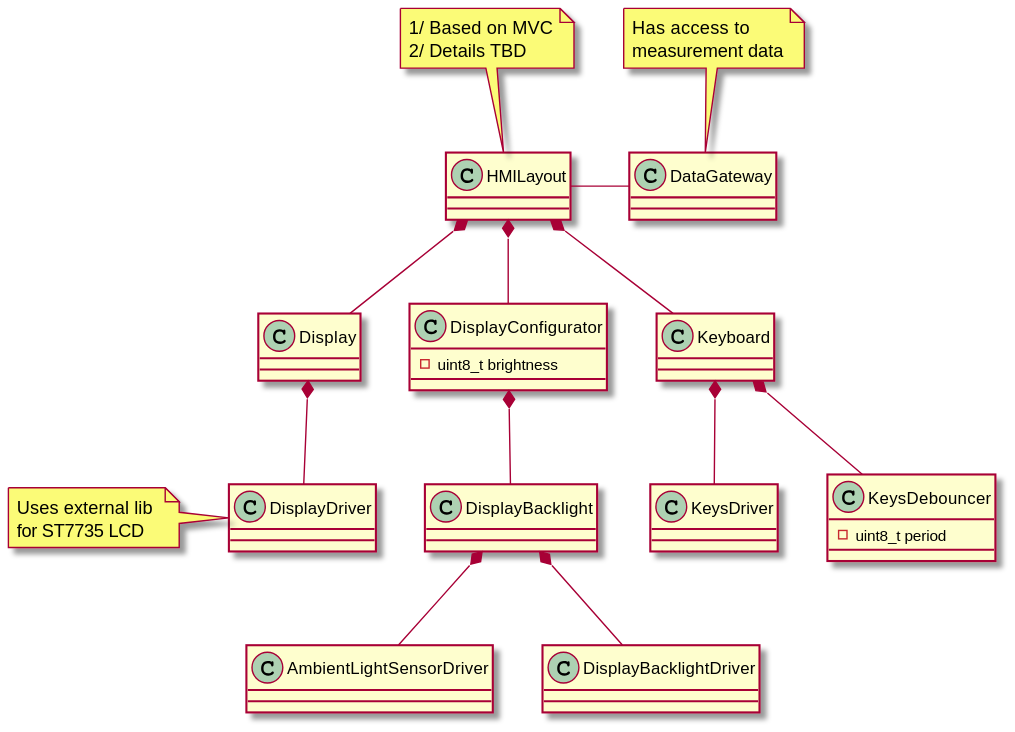
Before: Documentation/Diagrams/Export/Documentation/Diagrams/Source/NUCLEO-F103RB/HMI_Class_Diagram.svg, a diagram exported from PlantUML (RobertGawron/HardwareDataLogger). The source it was exported from:
```plantuml
@startuml

class Display

class DisplayConfigurator {
    - uint8_t brightness
}

class DisplayBacklight
class AmbientLightSensorDriver
class DisplayBacklightDriver

note left of DisplayDriver
Uses external lib
for ST7735 LCD
end note
class DisplayDriver



class Keyboard
class KeysDriver
class KeysDebouncer {
    -uint8_t period
}

note top of HMILayout
1/ Based on MVC
2/ Details TBD
end note
class HMILayout

note top of DataGateway
Has access to
measurement data
end note
class DataGateway


Display *-- DisplayDriver
DisplayConfigurator *-- DisplayBacklight
DisplayBacklight *-- AmbientLightSensorDriver
DisplayBacklight *-- DisplayBacklightDriver

Keyboard *-- KeysDriver
Keyboard *-- KeysDebouncer

HMILayout *-- DisplayConfigurator
HMILayout *-- Display
HMILayout *-- Keyboard
HMILayout - DataGateway


@enduml
```
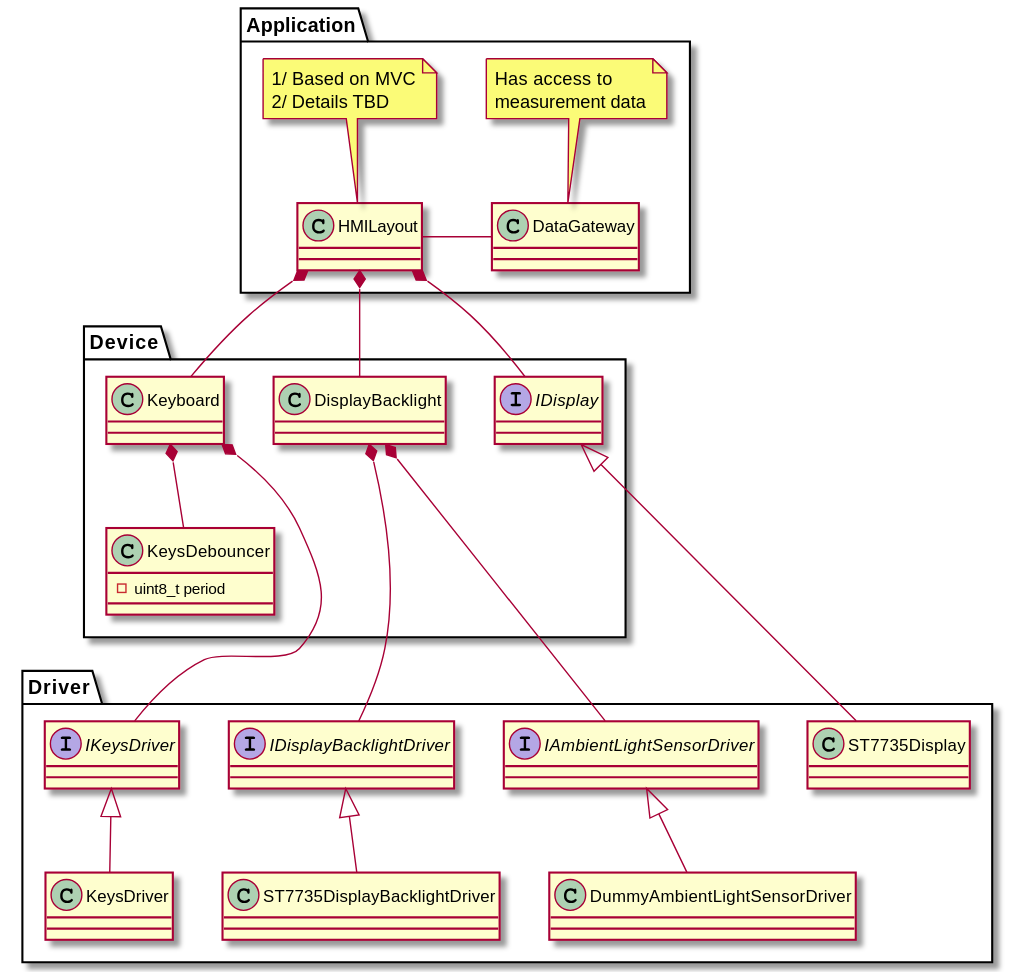
The same diagram one commit later.

Commit message:
rework of hmi class diagram

The edit, as a diff of the source:
```diff
@@ -1,52 +1,61 @@
 @startuml
 
-class Display
+package Application {
+    note top of HMILayout
+    1/ Based on MVC
+    2/ Details TBD
+    end note
+    class HMILayout
 
-class DisplayConfigurator {
-    - uint8_t brightness
+    note top of DataGateway
+    Has access to
+    measurement data
+    end note
+    class DataGateway
+
 }
 
-class DisplayBacklight
-class AmbientLightSensorDriver
-class DisplayBacklightDriver
+package Device {
+    class DisplayBacklight
+    Interface IDisplay
 
-note left of DisplayDriver
-Uses external lib
-for ST7735 LCD
-end note
-class DisplayDriver
+    class Keyboard
+
+    class KeysDebouncer {
+        -uint8_t period
+    }
+}
+
+package Driver {
+    interface IAmbientLightSensorDriver
+    class DummyAmbientLightSensorDriver
+    IAmbientLightSensorDriver <|-- DummyAmbientLightSensorDriver
+
+    interface IDisplayBacklightDriver
+    class ST7735DisplayBacklightDriver
+    IDisplayBacklightDriver <|-- ST7735DisplayBacklightDriver
+
+    class ST7735Display
+    IDisplay <|-- ST7735Display
+
+    interface IKeysDriver
+    IKeysDriver <|-- KeysDriver
+    class KeysDriver
+}
 
 
 
-class Keyboard
-class KeysDriver
-class KeysDebouncer {
-    -uint8_t period
-}
-
-note top of HMILayout
-1/ Based on MVC
-2/ Details TBD
-end note
-class HMILayout
-
-note top of DataGateway
-Has access to
-measurement data
-end note
-class DataGateway
 
 
-Display *-- DisplayDriver
-DisplayConfigurator *-- DisplayBacklight
-DisplayBacklight *-- AmbientLightSensorDriver
-DisplayBacklight *-- DisplayBacklightDriver
 
-Keyboard *-- KeysDriver
+DisplayBacklight *-- IAmbientLightSensorDriver
+DisplayBacklight *-- IDisplayBacklightDriver
+
+Keyboard *--- IKeysDriver
 Keyboard *-- KeysDebouncer
 
-HMILayout *-- DisplayConfigurator
-HMILayout *-- Display
+HMILayout *-- IDisplay
+HMILayout *-- DisplayBacklight
 HMILayout *-- Keyboard
 HMILayout - DataGateway
 
```
